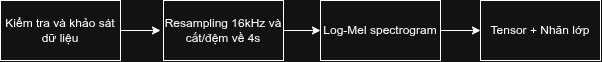
Above: assets/Preprocessing_block.png in quanghung4dhh/Audio_Classfication (draw.io), before the change. Source tidied: cells renumbered, new cells last; positions are measured from the earlier drawing's top-left corner, leaving out a move shared by most shapes.
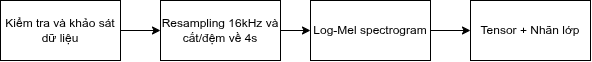
After the change.

Change to the diagram source:
```diff
@@ -2,30 +2,26 @@
   <root>
     <mxCell id="0" />
     <mxCell id="1" parent="0" />
-    <mxCell id="2" style="edgeStyle=orthogonalEdgeStyle;rounded=0;jettySize=auto;html=1;defaultLabelBackgroundColor=page;" parent="1" edge="1" source="3">
-      <mxGeometry relative="1" as="geometry">
-        <mxPoint x="160" y="30" as="targetPoint" />
-      </mxGeometry>
-    </mxCell>
+    <mxCell id="9" style="edgeStyle=orthogonalEdgeStyle;rounded=0;jettySize=auto;html=1;entryX=0;entryY=0.5;entryDx=0;entryDy=0;defaultLabelBackgroundColor=page;" parent="1" edge="1" source="3" target="5">
+      <mxGeometry relative="1" as="geometry" />
+    </mxCell>
     <mxCell id="3" value="Kiểm tra và khảo sát dữ liệu" style="rounded=0;whiteSpace=wrap;html=1;" parent="1" vertex="1">
-      <mxGeometry width="120" height="60" as="geometry" />
+      <mxGeometry x="70" width="120" height="60" as="geometry" />
     </mxCell>
-    <mxCell id="4" style="edgeStyle=orthogonalEdgeStyle;rounded=0;jettySize=auto;html=1;defaultLabelBackgroundColor=page;" parent="1" edge="1" source="5">
-      <mxGeometry relative="1" as="geometry">
-        <mxPoint x="320" y="30" as="targetPoint" />
-      </mxGeometry>
-    </mxCell>
+    <mxCell id="10" style="edgeStyle=orthogonalEdgeStyle;rounded=0;jettySize=auto;html=1;entryX=0;entryY=0.5;entryDx=0;entryDy=0;defaultLabelBackgroundColor=page;" parent="1" edge="1" source="5" target="7">
+      <mxGeometry relative="1" as="geometry" />
+    </mxCell>
     <mxCell id="5" value="Resampling 16kHz và cắt/đệm về 4s" style="rounded=0;whiteSpace=wrap;html=1;" parent="1" vertex="1">
-      <mxGeometry x="163" width="120" height="60" as="geometry" />
+      <mxGeometry x="230" width="120" height="60" as="geometry" />
     </mxCell>
     <mxCell id="6" style="edgeStyle=orthogonalEdgeStyle;rounded=0;jettySize=auto;html=1;entryX=0;entryY=0.5;entryDx=0;entryDy=0;defaultLabelBackgroundColor=page;" parent="1" edge="1" source="7" target="8">
       <mxGeometry relative="1" as="geometry" />
     </mxCell>
     <mxCell id="7" value="Log-Mel spectrogram" style="rounded=0;whiteSpace=wrap;html=1;" parent="1" vertex="1">
-      <mxGeometry x="320" width="120" height="60" as="geometry" />
+      <mxGeometry x="380" width="120" height="60" as="geometry" />
     </mxCell>
     <mxCell id="8" value="Tensor + Nhãn lớp" style="rounded=0;whiteSpace=wrap;html=1;" parent="1" vertex="1">
-      <mxGeometry x="480" width="120" height="60" as="geometry" />
+      <mxGeometry x="540" width="120" height="60" as="geometry" />
     </mxCell>
   </root>
 </mxGraphModel>
```
